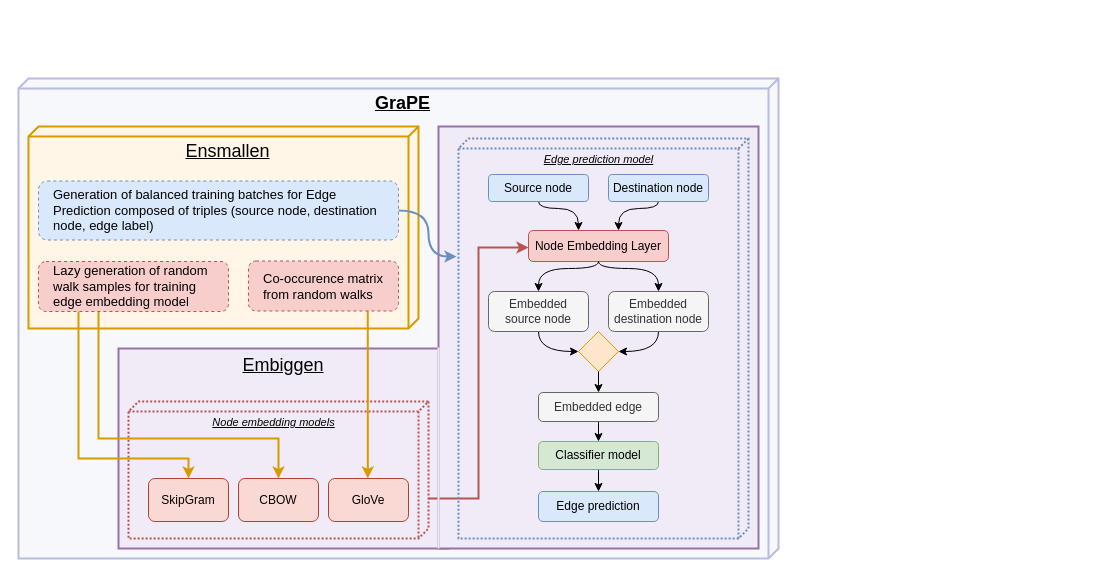
This is drawio/link_prediction_model.drawio from monarch-initiative/embiggen, a draw.io file, before an edit. Source tidied: cells renumbered, new cells numbered last; positions are measured from the earlier drawing's top-left corner, leaving out a move shared by most shapes. Both pictures are drawn from the tidied source at 100%, with x=0, y=0 at pixel (18, 78).
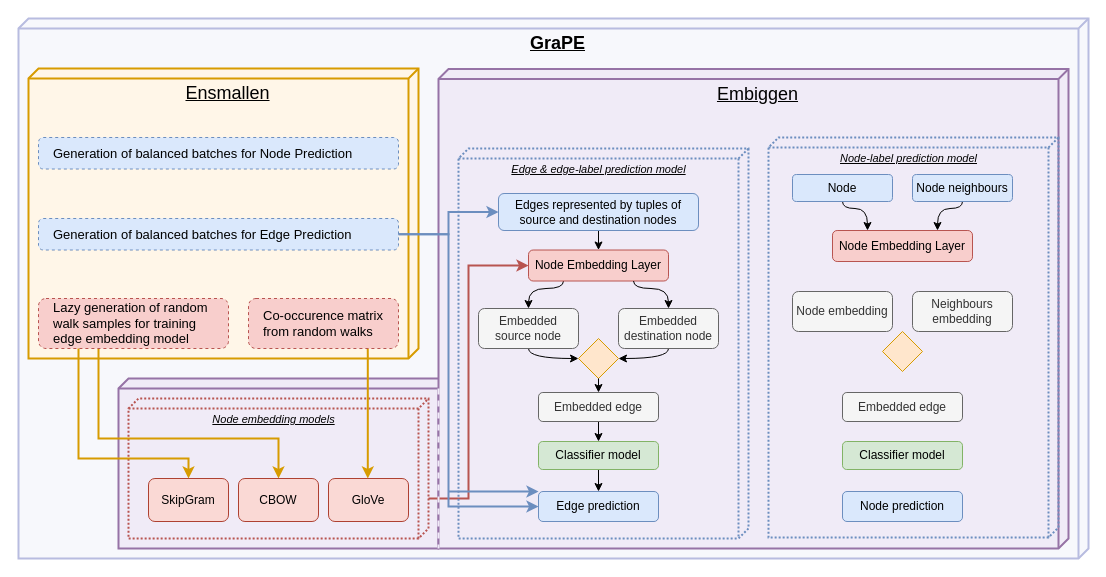
The same diagram, later.

Commit message (it also covers changes not shown here):
Updated nolan and its sequence

Unchanged cells that the change refers to:
```xml
<mxCell id="28" value="Edge prediction" style="rounded=1;whiteSpace=wrap;html=1;fillColor=#dae8fc;strokeColor=#6c8ebf;" parent="1" vertex="1">
  <mxGeometry x="520" y="413" width="120" height="30" as="geometry" />
</mxCell>
```

The edit, as a diff of the source:
```diff
@@
     <mxCell id="2" value="&lt;font style=&quot;font-size: 18px&quot;&gt;&lt;b&gt;GraPE&lt;/b&gt;&lt;/font&gt;" style="verticalAlign=top;align=center;spacingTop=8;spacingLeft=20;spacingRight=12;shape=cube;size=10;direction=south;fontStyle=4;html=1;strokeWidth=2;fillColor=#F7F8FC;strokeColor=#B8BCE0;" parent="1" vertex="1">
-      <mxGeometry width="760" height="480" as="geometry" />
+      <mxGeometry y="-60" width="1070" height="540" as="geometry" />
     </mxCell>
+    <mxCell id="38" style="verticalAlign=top;align=center;spacingTop=8;spacingLeft=20;spacingRight=12;shape=cube;size=10;direction=south;fontStyle=4;html=1;strokeColor=#9673a6;strokeWidth=2;fillColor=#F0EBF7;" parent="1" vertex="1">
+      <mxGeometry x="100" y="300" width="330" height="170" as="geometry" />
+    </mxCell>
-    <mxCell id="3" value="&lt;span style=&quot;font-size: 18px&quot;&gt;&lt;u&gt;Embiggen&lt;/u&gt;&lt;/span&gt;" style="rounded=0;whiteSpace=wrap;html=1;strokeColor=#9673a6;strokeWidth=2;align=center;verticalAlign=top;fillColor=#F0EBF7;" parent="1" vertex="1">
-      <mxGeometry x="100" y="270" width="330" height="200" as="geometry" />
+    <mxCell id="3" value="&lt;font style=&quot;font-size: 18px&quot;&gt;Embiggen&lt;/font&gt;" style="verticalAlign=top;align=center;spacingTop=8;spacingLeft=20;spacingRight=12;shape=cube;size=10;direction=south;fontStyle=4;html=1;strokeColor=#9673a6;strokeWidth=2;fillColor=#F0EBF7;" parent="1" vertex="1">
+      <mxGeometry x="420" y="-9.5" width="630" height="479.5" as="geometry" />
     </mxCell>
-    <mxCell id="4" style="rounded=0;whiteSpace=wrap;html=1;strokeColor=#9673a6;strokeWidth=2;align=left;fillColor=#F0EBF7;" parent="1" vertex="1">
-      <mxGeometry x="420" y="48" width="320" height="422" as="geometry" />
-    </mxCell>
     <mxCell id="5" style="edgeStyle=orthogonalEdgeStyle;rounded=0;jettySize=auto;html=1;strokeColor=#b85450;strokeWidth=2;elbow=vertical;fillColor=#f8cecc;" parent="1" edge="1" source="6" target="12">
       <mxGeometry relative="1" as="geometry">
         <Array as="points">
-          <mxPoint x="460" y="420" />
-          <mxPoint x="460" y="169" />
+          <mxPoint x="450" y="420" />
+          <mxPoint x="450" y="187" />
         </Array>
       </mxGeometry>
     </mxCell>
     <mxCell id="6" value="&lt;font style=&quot;font-size: 11px&quot;&gt;&lt;i&gt;Node embedding models&lt;/i&gt;&lt;/font&gt;" style="verticalAlign=top;align=center;spacingTop=8;spacingLeft=2;spacingRight=12;shape=cube;size=10;direction=south;fontStyle=4;html=1;strokeWidth=2;strokeColor=#b85450;fillColor=none;fontSize=11;dashed=1;dashPattern=1 1;" parent="1" vertex="1">
-      <mxGeometry x="110" y="323" width="300" height="137" as="geometry" />
+      <mxGeometry x="110" y="320" width="300" height="140" as="geometry" />
     </mxCell>
-    <mxCell id="7" value="&lt;font style=&quot;font-size: 11px&quot;&gt;&lt;i&gt;Edge prediction model&lt;/i&gt;&lt;/font&gt;" style="verticalAlign=top;align=center;spacingTop=8;spacingLeft=2;spacingRight=12;shape=cube;size=10;direction=south;fontStyle=4;html=1;strokeWidth=2;fontSize=11;dashed=1;dashPattern=1 1;strokeColor=#6c8ebf;fillColor=none;" parent="1" vertex="1">
-      <mxGeometry x="440" y="60" width="290" height="400" as="geometry" />
+    <mxCell id="7" value="&lt;font style=&quot;font-size: 11px&quot;&gt;&lt;i&gt;Edge &amp;amp; edge-label prediction model&lt;/i&gt;&lt;/font&gt;" style="verticalAlign=top;align=center;spacingTop=8;spacingLeft=2;spacingRight=12;shape=cube;size=10;direction=south;fontStyle=4;html=1;strokeWidth=2;fontSize=11;dashed=1;dashPattern=1 1;strokeColor=#6c8ebf;fillColor=none;" parent="1" vertex="1">
+      <mxGeometry x="440" y="70" width="290" height="390" as="geometry" />
     </mxCell>
     <mxCell id="8" value="&lt;font style=&quot;font-size: 18px&quot;&gt;Ensmallen&lt;/font&gt;" style="verticalAlign=top;align=center;spacingTop=8;spacingLeft=20;spacingRight=12;shape=cube;size=10;direction=south;fontStyle=4;html=1;strokeColor=#d79b00;strokeWidth=2;fillColor=#FFF6E8;" parent="1" vertex="1">
-      <mxGeometry x="10" y="48" width="390" height="202" as="geometry" />
+      <mxGeometry x="10" y="-10" width="390" height="290" as="geometry" />
     </mxCell>
-    <mxCell id="9" style="edgeStyle=orthogonalEdgeStyle;curved=1;rounded=0;jettySize=auto;html=1;strokeColor=#6c8ebf;strokeWidth=2;fillColor=#dae8fc;entryX=0.295;entryY=1.007;entryDx=0;entryDy=0;entryPerimeter=0;" parent="1" edge="1" source="10" target="7">
-      <mxGeometry relative="1" as="geometry" />
-    </mxCell>
+    <mxCell id="39" style="edgeStyle=orthogonalEdgeStyle;rounded=0;jettySize=auto;html=1;fillColor=#dae8fc;strokeColor=#6c8ebf;strokeWidth=2;" parent="1" edge="1" source="10" target="14">
+      <mxGeometry relative="1" as="geometry" />
+    </mxCell>
+    <mxCell id="40" style="edgeStyle=orthogonalEdgeStyle;rounded=0;jettySize=auto;html=1;strokeWidth=2;fillColor=#dae8fc;strokeColor=#6c8ebf;" parent="1" edge="1" source="38" target="28">
+      <mxGeometry relative="1" as="geometry">
+        <Array as="points">
+          <mxPoint x="430" y="428" />
+        </Array>
+      </mxGeometry>
+    </mxCell>
-    <mxCell id="10" value="&lt;span style=&quot;font-family: &amp;#34;helvetica&amp;#34; ; font-size: 13px&quot;&gt;Generation of balanced training batches for Edge Prediction composed of triples (source node, destination node, edge label)&lt;/span&gt;" style="rounded=1;whiteSpace=wrap;html=1;dashed=1;strokeColor=#6c8ebf;strokeWidth=1;fillColor=#dae8fc;align=left;spacingLeft=13;verticalAlign=middle;spacingRight=13;" parent="1" vertex="1">
-      <mxGeometry x="20" y="102.5" width="360" height="59" as="geometry" />
+    <mxCell id="10" value="&lt;span style=&quot;font-family: &amp;#34;helvetica&amp;#34; ; font-size: 13px&quot;&gt;Generation of balanced batches for Edge Prediction&lt;/span&gt;" style="rounded=1;whiteSpace=wrap;html=1;dashed=1;strokeColor=#6c8ebf;strokeWidth=1;fillColor=#dae8fc;align=left;spacingLeft=13;verticalAlign=middle;spacingRight=13;" parent="1" vertex="1">
+      <mxGeometry x="20" y="140" width="360" height="31.5" as="geometry" />
     </mxCell>
-    <mxCell id="11" style="edgeStyle=orthogonalEdgeStyle;curved=1;rounded=0;jettySize=auto;html=1;fillColor=#d5e8d4;entryX=0.5;entryY=0;entryDx=0;entryDy=0;" parent="1" edge="1" source="12" target="22">
+    <mxCell id="11" style="edgeStyle=orthogonalEdgeStyle;curved=1;rounded=0;jettySize=auto;html=1;fillColor=#d5e8d4;entryX=0.5;entryY=0;entryDx=0;entryDy=0;exitX=0.25;exitY=1;exitDx=0;exitDy=0;" parent="1" edge="1" source="12" target="22">
       <mxGeometry relative="1" as="geometry">
         <Array as="points">
-          <mxPoint x="580" y="190" />
-          <mxPoint x="520" y="190" />
+          <mxPoint x="545" y="210" />
+          <mxPoint x="510" y="210" />
         </Array>
       </mxGeometry>
     </mxCell>
     <mxCell id="12" value="Node Embedding Layer" style="rounded=1;whiteSpace=wrap;html=1;fillColor=#f8cecc;strokeColor=#b85450;" parent="1" vertex="1">
-      <mxGeometry x="510" y="152" width="140" height="31" as="geometry" />
+      <mxGeometry x="510" y="171.5" width="140" height="31" as="geometry" />
     </mxCell>
-    <mxCell id="13" style="edgeStyle=orthogonalEdgeStyle;rounded=0;jettySize=auto;html=1;curved=1;fillColor=#f5f5f5;exitX=0.5;exitY=1;exitDx=0;exitDy=0;" parent="1" edge="1" source="14" target="12">
-      <mxGeometry relative="1" as="geometry">
-        <Array as="points">
-          <mxPoint x="520" y="130" />
-          <mxPoint x="560" y="130" />
-        </Array>
-      </mxGeometry>
+    <mxCell id="13" style="edgeStyle=orthogonalEdgeStyle;curved=1;rounded=0;jettySize=auto;html=1;" parent="1" edge="1" source="14" target="12">
+      <mxGeometry relative="1" as="geometry" />
     </mxCell>
-    <mxCell id="14" value="Source node" style="rounded=1;whiteSpace=wrap;html=1;fillColor=#dae8fc;strokeColor=#6c8ebf;" parent="1" vertex="1">
-      <mxGeometry x="470" y="96" width="100" height="27" as="geometry" />
+    <mxCell id="14" value="Edges represented by tuples of source and destination nodes" style="rounded=1;whiteSpace=wrap;html=1;fillColor=#dae8fc;strokeColor=#6c8ebf;" parent="1" vertex="1">
+      <mxGeometry x="480" y="115" width="200" height="37" as="geometry" />
     </mxCell>
-    <mxCell id="15" style="edgeStyle=orthogonalEdgeStyle;rounded=0;jettySize=auto;html=1;curved=1;fillColor=#f5f5f5;" parent="1" edge="1" source="16" target="12">
-      <mxGeometry relative="1" as="geometry">
-        <Array as="points">
-          <mxPoint x="640" y="130" />
-          <mxPoint x="600" y="130" />
-        </Array>
-      </mxGeometry>
-    </mxCell>
-    <mxCell id="16" value="Destination node" style="rounded=1;whiteSpace=wrap;html=1;fillColor=#dae8fc;strokeColor=#6c8ebf;" parent="1" vertex="1">
-      <mxGeometry x="590" y="96" width="100" height="27" as="geometry" />
-    </mxCell>
@@
     <mxCell id="21" style="edgeStyle=orthogonalEdgeStyle;curved=1;rounded=0;jettySize=auto;html=1;entryX=0;entryY=0.5;entryDx=0;entryDy=0;" parent="1" edge="1" source="22" target="26">
-      <mxGeometry relative="1" as="geometry" />
+      <mxGeometry relative="1" as="geometry">
+        <Array as="points">
+          <mxPoint x="510" y="280" />
+        </Array>
+      </mxGeometry>
     </mxCell>
     <mxCell id="22" value="Embedded&lt;br&gt;source node" style="rounded=1;whiteSpace=wrap;html=1;fillColor=#f5f5f5;strokeColor=#666666;fontColor=#333333;" parent="1" vertex="1">
-      <mxGeometry x="470" y="213" width="100" height="40" as="geometry" />
+      <mxGeometry x="460" y="230" width="100" height="40" as="geometry" />
     </mxCell>
     <mxCell id="23" style="edgeStyle=orthogonalEdgeStyle;curved=1;rounded=0;jettySize=auto;html=1;entryX=1;entryY=0.5;entryDx=0;entryDy=0;" parent="1" edge="1" source="24" target="26">
-      <mxGeometry relative="1" as="geometry" />
+      <mxGeometry relative="1" as="geometry">
+        <Array as="points">
+          <mxPoint x="650" y="280" />
+        </Array>
+      </mxGeometry>
     </mxCell>
     <mxCell id="24" value="Embedded destination node" style="rounded=1;whiteSpace=wrap;html=1;fillColor=#f5f5f5;strokeColor=#666666;fontColor=#333333;" parent="1" vertex="1">
-      <mxGeometry x="590" y="213" width="100" height="40" as="geometry" />
+      <mxGeometry x="600" y="230" width="100" height="40" as="geometry" />
     </mxCell>
-    <mxCell id="25" style="edgeStyle=orthogonalEdgeStyle;rounded=0;jettySize=auto;html=1;curved=1;fillColor=#d5e8d4;exitX=0.5;exitY=1;exitDx=0;exitDy=0;" parent="1" edge="1" source="12" target="24">
+    <mxCell id="25" style="edgeStyle=orthogonalEdgeStyle;rounded=0;jettySize=auto;html=1;curved=1;fillColor=#d5e8d4;exitX=0.75;exitY=1;exitDx=0;exitDy=0;" parent="1" edge="1" source="12" target="24">
       <mxGeometry relative="1" as="geometry">
         <Array as="points">
-          <mxPoint x="580" y="190" />
-          <mxPoint x="640" y="190" />
+          <mxPoint x="615" y="210" />
+          <mxPoint x="650" y="210" />
         </Array>
       </mxGeometry>
     </mxCell>
     <mxCell id="26" style="shape=rhombus;html=1;verticalLabelPosition=top;verticalAlignment=bottom;fillColor=#ffe6cc;strokeColor=#d79b00;" parent="1" vertex="1">
-      <mxGeometry x="560" y="253" width="40" height="40" as="geometry" />
+      <mxGeometry x="560" y="260" width="40" height="40" as="geometry" />
     </mxCell>
@@
     <mxCell id="30" value="&lt;span style=&quot;font-size: 13px ; text-align: center&quot;&gt;Lazy generation of random walk samples for training edge embedding model&lt;/span&gt;" style="rounded=1;whiteSpace=wrap;html=1;dashed=1;strokeColor=#b85450;strokeWidth=1;fillColor=#f8cecc;align=left;spacingLeft=13;spacingRight=13;" parent="1" vertex="1">
-      <mxGeometry x="20" y="183" width="190" height="50" as="geometry" />
+      <mxGeometry x="20" y="220" width="190" height="50" as="geometry" />
     </mxCell>
@@
     <mxCell id="35" value="&lt;span style=&quot;font-size: 13px&quot;&gt;Co-occurence matrix from random walks&lt;/span&gt;" style="rounded=1;whiteSpace=wrap;html=1;dashed=1;strokeColor=#b85450;strokeWidth=1;fillColor=#f8cecc;align=left;spacingLeft=13;spacingRight=13;" parent="1" vertex="1">
-      <mxGeometry x="230" y="182.5" width="150" height="50" as="geometry" />
+      <mxGeometry x="230" y="220" width="150" height="50" as="geometry" />
     </mxCell>
@@
-    <mxCell id="37" style="endArrow=none;html=1;strokeWidth=2;strokeColor=#F0EBF7;" parent="1" edge="1">
+    <mxCell id="37" style="endArrow=none;html=1;strokeWidth=2;fillColor=#e1d5e7;dashed=1;strokeColor=#F0EBF7;" parent="1" edge="1">
       <mxGeometry relative="1" as="geometry">
-        <mxPoint x="420" y="269" as="sourcePoint" />
+        <mxPoint x="420" y="310" as="sourcePoint" />
         <mxPoint x="420" y="470" as="targetPoint" />
       </mxGeometry>
     </mxCell>
+    <mxCell id="41" value="&lt;font style=&quot;font-size: 11px&quot;&gt;&lt;i&gt;Node-label prediction model&lt;/i&gt;&lt;/font&gt;" style="verticalAlign=top;align=center;spacingTop=8;spacingLeft=2;spacingRight=12;shape=cube;size=10;direction=south;fontStyle=4;html=1;strokeWidth=2;fontSize=11;dashed=1;dashPattern=1 1;strokeColor=#6c8ebf;fillColor=none;" parent="1" vertex="1">
+      <mxGeometry x="750" y="59" width="290" height="400" as="geometry" />
+    </mxCell>
+    <mxCell id="42" value="Node Embedding Layer" style="rounded=1;whiteSpace=wrap;html=1;fillColor=#f8cecc;strokeColor=#b85450;" parent="1" vertex="1">
+      <mxGeometry x="814" y="152" width="140" height="31" as="geometry" />
+    </mxCell>
+    <mxCell id="43" style="edgeStyle=orthogonalEdgeStyle;rounded=0;jettySize=auto;html=1;entryX=0.25;entryY=0;entryDx=0;entryDy=0;curved=1;" parent="1" edge="1" source="44" target="42">
+      <mxGeometry relative="1" as="geometry">
+        <Array as="points">
+          <mxPoint x="824" y="130" />
+          <mxPoint x="849" y="130" />
+        </Array>
+      </mxGeometry>
+    </mxCell>
+    <mxCell id="44" value="Node" style="rounded=1;whiteSpace=wrap;html=1;fillColor=#dae8fc;strokeColor=#6c8ebf;" parent="1" vertex="1">
+      <mxGeometry x="774" y="96" width="100" height="27" as="geometry" />
+    </mxCell>
+    <mxCell id="45" style="edgeStyle=orthogonalEdgeStyle;curved=1;rounded=0;jettySize=auto;html=1;entryX=0.75;entryY=0;entryDx=0;entryDy=0;" parent="1" edge="1" source="46" target="42">
+      <mxGeometry relative="1" as="geometry">
+        <Array as="points">
+          <mxPoint x="944" y="130" />
+          <mxPoint x="919" y="130" />
+        </Array>
+      </mxGeometry>
+    </mxCell>
+    <mxCell id="46" value="Node neighbours" style="rounded=1;whiteSpace=wrap;html=1;fillColor=#dae8fc;strokeColor=#6c8ebf;" parent="1" vertex="1">
+      <mxGeometry x="894" y="96" width="100" height="27" as="geometry" />
+    </mxCell>
+    <mxCell id="47" style="edgeStyle=orthogonalEdgeStyle;rounded=0;jettySize=auto;html=1;dashed=1;strokeColor=#F0EBF7;strokeWidth=2;" parent="1" edge="1" source="48" target="49">
+      <mxGeometry relative="1" as="geometry" />
+    </mxCell>
+    <mxCell id="48" value="Embedded edge" style="rounded=1;whiteSpace=wrap;html=1;fillColor=#f5f5f5;strokeColor=#666666;fontColor=#333333;" parent="1" vertex="1">
+      <mxGeometry x="824" y="314" width="120" height="29" as="geometry" />
+    </mxCell>
+    <mxCell id="49" value="Classifier model" style="rounded=1;whiteSpace=wrap;html=1;fillColor=#d5e8d4;strokeColor=#82b366;" parent="1" vertex="1">
+      <mxGeometry x="824" y="363" width="120" height="28" as="geometry" />
+    </mxCell>
+    <mxCell id="50" value="Node embedding" style="rounded=1;whiteSpace=wrap;html=1;fillColor=#f5f5f5;strokeColor=#666666;fontColor=#333333;" parent="1" vertex="1">
+      <mxGeometry x="774" y="213" width="100" height="40" as="geometry" />
+    </mxCell>
+    <mxCell id="51" value="Neighbours embedding" style="rounded=1;whiteSpace=wrap;html=1;fillColor=#f5f5f5;strokeColor=#666666;fontColor=#333333;" parent="1" vertex="1">
+      <mxGeometry x="894" y="213" width="100" height="40" as="geometry" />
+    </mxCell>
+    <mxCell id="52" style="shape=rhombus;html=1;verticalLabelPosition=top;verticalAlignment=bottom;fillColor=#ffe6cc;strokeColor=#d79b00;" parent="1" vertex="1">
+      <mxGeometry x="864" y="253" width="40" height="40" as="geometry" />
+    </mxCell>
+    <mxCell id="53" value="Node prediction" style="rounded=1;whiteSpace=wrap;html=1;fillColor=#dae8fc;strokeColor=#6c8ebf;" parent="1" vertex="1">
+      <mxGeometry x="824" y="413" width="120" height="30" as="geometry" />
+    </mxCell>
+    <mxCell id="54" value="&lt;span style=&quot;font-family: &amp;#34;helvetica&amp;#34; ; font-size: 13px&quot;&gt;Generation of balanced batches for Node Prediction&lt;/span&gt;" style="rounded=1;whiteSpace=wrap;html=1;dashed=1;strokeColor=#6c8ebf;strokeWidth=1;fillColor=#dae8fc;align=left;spacingLeft=13;verticalAlign=middle;spacingRight=13;" parent="1" vertex="1">
+      <mxGeometry x="20" y="59" width="360" height="31.5" as="geometry" />
+    </mxCell>
+    <mxCell id="55" style="edgeStyle=orthogonalEdgeStyle;rounded=0;jettySize=auto;html=1;strokeWidth=2;fillColor=#dae8fc;strokeColor=#6c8ebf;" parent="1" edge="1" source="10" target="28">
+      <mxGeometry relative="1" as="geometry">
+        <Array as="points">
+          <mxPoint x="430" y="156" />
+          <mxPoint x="430" y="428" />
+        </Array>
+      </mxGeometry>
+    </mxCell>
```
